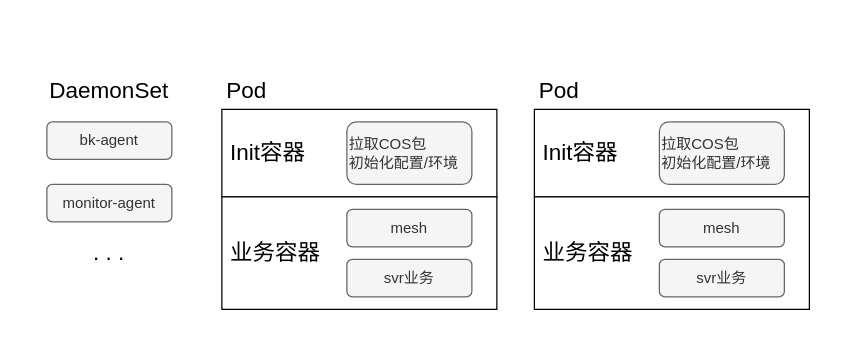
Before: page "容器结构" (6 of 6) of 业务上云.drawio in myfreejoey/picgo, a draw.io diagram. Source tidied: cells renumbered, new cells numbered last; positions are measured from the earlier drawing's top-left corner, leaving out a move shared by most shapes. Both pictures are drawn from the tidied source at 125%, with x=0, y=0 at pixel (21, 71).
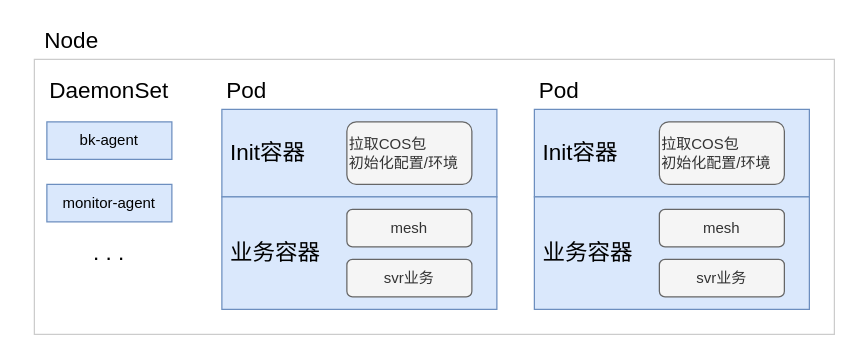
Above is the later version.

Diff of the diagram source:
```diff
@@
 <mxGraphModel>
   <root>
     <mxCell id="0" />
     <mxCell id="1" parent="0" />
+    <mxCell id="18" style="rounded=0;whiteSpace=wrap;html=1;align=center;labelPosition=center;verticalLabelPosition=top;verticalAlign=bottom;strokeColor=#CCCCCC;" parent="1" vertex="1">
+      <mxGeometry x="10" y="-10" width="640" height="220" as="geometry" />
+    </mxCell>
-    <mxCell id="2" value="&lt;p style=&quot;&quot;&gt;&lt;span style=&quot;background-color: initial;&quot;&gt;&lt;font style=&quot;font-size: 18px;&quot;&gt;&amp;nbsp;Init容器&lt;/font&gt;&lt;/span&gt;&lt;/p&gt;" style="rounded=0;whiteSpace=wrap;html=1;align=left;" parent="1" vertex="1">
+    <mxCell id="2" value="&lt;p style=&quot;&quot;&gt;&lt;span style=&quot;background-color: initial;&quot;&gt;&lt;font style=&quot;font-size: 18px;&quot;&gt;&amp;nbsp;Init容器&lt;/font&gt;&lt;/span&gt;&lt;/p&gt;" style="rounded=0;whiteSpace=wrap;html=1;align=left;fillColor=#dae8fc;strokeColor=#6c8ebf;" parent="1" vertex="1">
       <mxGeometry x="160" y="30" width="220" height="70" as="geometry" />
     </mxCell>
-    <mxCell id="3" value="&lt;p&gt;&lt;font style=&quot;font-size: 18px;&quot;&gt;&amp;nbsp;业务容器&lt;/font&gt;&lt;/p&gt;" style="rounded=0;whiteSpace=wrap;html=1;align=left;" parent="1" vertex="1">
+    <mxCell id="3" value="&lt;p&gt;&lt;font style=&quot;font-size: 18px;&quot;&gt;&amp;nbsp;业务容器&lt;/font&gt;&lt;/p&gt;" style="rounded=0;whiteSpace=wrap;html=1;align=left;fillColor=#dae8fc;strokeColor=#6c8ebf;" parent="1" vertex="1">
       <mxGeometry x="160" y="100" width="220" height="90" as="geometry" />
     </mxCell>
     <mxCell id="4" value="mesh" style="rounded=1;whiteSpace=wrap;html=1;fillColor=#f5f5f5;strokeColor=#666666;fontColor=#333333;" parent="1" vertex="1">
       <mxGeometry x="260" y="110" width="100" height="30" as="geometry" />
     </mxCell>
     <mxCell id="5" value="svr业务" style="rounded=1;whiteSpace=wrap;html=1;fillColor=#f5f5f5;strokeColor=#666666;fontColor=#333333;" parent="1" vertex="1">
       <mxGeometry x="260" y="150" width="100" height="30" as="geometry" />
     </mxCell>
     <mxCell id="6" value="拉取COS包&lt;br style=&quot;border-color: var(--border-color);&quot;&gt;&lt;span style=&quot;&quot;&gt;初始化配置/环境&lt;/span&gt;" style="rounded=1;whiteSpace=wrap;html=1;fillColor=#f5f5f5;strokeColor=#666666;align=left;fontColor=#333333;" parent="1" vertex="1">
       <mxGeometry x="260" y="40" width="100" height="50" as="geometry" />
     </mxCell>
     <mxCell id="7" value="&lt;font style=&quot;font-size: 18px;&quot;&gt;Pod&lt;/font&gt;" style="text;html=1;strokeColor=none;fillColor=none;align=center;verticalAlign=middle;whiteSpace=wrap;rounded=0;" parent="1" vertex="1">
       <mxGeometry x="150" width="60" height="30" as="geometry" />
     </mxCell>
-    <mxCell id="8" value="&lt;p style=&quot;&quot;&gt;&lt;span style=&quot;background-color: initial;&quot;&gt;&lt;font style=&quot;font-size: 18px;&quot;&gt;&amp;nbsp;Init容器&lt;/font&gt;&lt;/span&gt;&lt;/p&gt;" style="rounded=0;whiteSpace=wrap;html=1;align=left;" parent="1" vertex="1">
+    <mxCell id="8" value="&lt;p style=&quot;&quot;&gt;&lt;span style=&quot;background-color: initial;&quot;&gt;&lt;font style=&quot;font-size: 18px;&quot;&gt;&amp;nbsp;Init容器&lt;/font&gt;&lt;/span&gt;&lt;/p&gt;" style="rounded=0;whiteSpace=wrap;html=1;align=left;fillColor=#dae8fc;strokeColor=#6c8ebf;" parent="1" vertex="1">
       <mxGeometry x="410" y="30" width="220" height="70" as="geometry" />
     </mxCell>
-    <mxCell id="9" value="&lt;p&gt;&lt;font style=&quot;font-size: 18px;&quot;&gt;&amp;nbsp;业务容器&lt;/font&gt;&lt;/p&gt;" style="rounded=0;whiteSpace=wrap;html=1;align=left;" parent="1" vertex="1">
+    <mxCell id="9" value="&lt;p&gt;&lt;font style=&quot;font-size: 18px;&quot;&gt;&amp;nbsp;业务容器&lt;/font&gt;&lt;/p&gt;" style="rounded=0;whiteSpace=wrap;html=1;align=left;fillColor=#dae8fc;strokeColor=#6c8ebf;" parent="1" vertex="1">
       <mxGeometry x="410" y="100" width="220" height="90" as="geometry" />
     </mxCell>
     <mxCell id="10" value="mesh" style="rounded=1;whiteSpace=wrap;html=1;fillColor=#f5f5f5;strokeColor=#666666;fontColor=#333333;" parent="1" vertex="1">
       <mxGeometry x="510" y="110" width="100" height="30" as="geometry" />
     </mxCell>
     <mxCell id="11" value="svr业务" style="rounded=1;whiteSpace=wrap;html=1;fillColor=#f5f5f5;strokeColor=#666666;fontColor=#333333;" parent="1" vertex="1">
       <mxGeometry x="510" y="150" width="100" height="30" as="geometry" />
     </mxCell>
     <mxCell id="12" value="拉取COS包&lt;br style=&quot;border-color: var(--border-color);&quot;&gt;&lt;span style=&quot;&quot;&gt;初始化配置/环境&lt;/span&gt;" style="rounded=1;whiteSpace=wrap;html=1;fillColor=#f5f5f5;strokeColor=#666666;align=left;fontColor=#333333;" parent="1" vertex="1">
       <mxGeometry x="510" y="40" width="100" height="50" as="geometry" />
     </mxCell>
     <mxCell id="13" value="&lt;font style=&quot;font-size: 18px;&quot;&gt;Pod&lt;/font&gt;" style="text;html=1;strokeColor=none;fillColor=none;align=center;verticalAlign=middle;whiteSpace=wrap;rounded=0;" parent="1" vertex="1">
       <mxGeometry x="400" width="60" height="30" as="geometry" />
     </mxCell>
     <mxCell id="14" value="&lt;font style=&quot;font-size: 18px;&quot;&gt;DaemonSet&lt;/font&gt;" style="text;html=1;strokeColor=none;fillColor=none;align=center;verticalAlign=middle;whiteSpace=wrap;rounded=0;" parent="1" vertex="1">
       <mxGeometry width="140" height="30" as="geometry" />
     </mxCell>
-    <mxCell id="15" value="bk-agent" style="rounded=1;whiteSpace=wrap;html=1;align=center;fillColor=#f5f5f5;fontColor=#333333;strokeColor=#666666;" parent="1" vertex="1">
+    <mxCell id="15" value="bk-agent" style="rounded=0;whiteSpace=wrap;html=1;align=center;fillColor=#dae8fc;strokeColor=#6c8ebf;" parent="1" vertex="1">
       <mxGeometry x="20" y="40" width="100" height="30" as="geometry" />
     </mxCell>
-    <mxCell id="16" value="monitor-agent" style="rounded=1;whiteSpace=wrap;html=1;align=center;fillColor=#f5f5f5;fontColor=#333333;strokeColor=#666666;" parent="1" vertex="1">
+    <mxCell id="16" value="monitor-agent" style="rounded=0;whiteSpace=wrap;html=1;align=center;fillColor=#dae8fc;strokeColor=#6c8ebf;" parent="1" vertex="1">
       <mxGeometry x="20" y="90" width="100" height="30" as="geometry" />
     </mxCell>
     <mxCell id="17" value="&lt;font style=&quot;font-size: 18px;&quot;&gt;. . .&lt;/font&gt;" style="text;html=1;strokeColor=none;fillColor=none;align=center;verticalAlign=middle;whiteSpace=wrap;rounded=0;" parent="1" vertex="1">
       <mxGeometry x="40" y="130" width="60" height="30" as="geometry" />
     </mxCell>
+    <mxCell id="19" value="&lt;font style=&quot;font-size: 18px;&quot;&gt;Node&lt;/font&gt;" style="text;html=1;strokeColor=none;fillColor=none;align=center;verticalAlign=middle;whiteSpace=wrap;rounded=0;" parent="1" vertex="1">
+      <mxGeometry x="10" y="-40" width="60" height="30" as="geometry" />
+    </mxCell>
   </root>
 </mxGraphModel>
```
